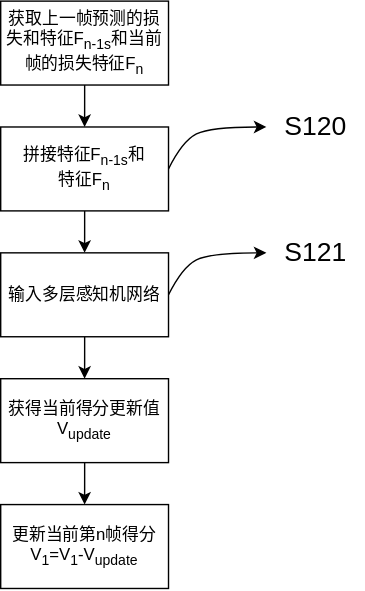
The draw.io diagram 当前得分更新模块.drawio.svg in hrf666666/FlowCharts, before a commit. Source tidied: cells renumbered, new cells last; positions are measured from the earlier drawing's top-left corner, leaving out a move shared by most shapes.
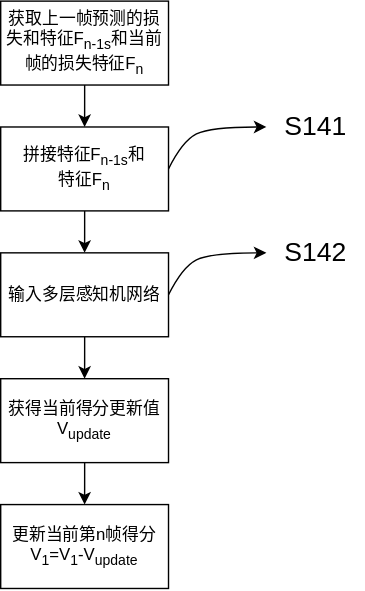
After the change.

Commit message:
更新当前得分更新模块.drawio.svg

Change to the diagram source:
```diff
@@ -49,10 +49,10 @@
         </Array>
       </mxGeometry>
     </mxCell>
-    <mxCell id="13" value="S120" style="text;html=1;align=center;verticalAlign=middle;strokeColor=none;fillColor=none;fontSize=19;" parent="1" vertex="1">
+    <mxCell id="13" value="S141" style="text;html=1;align=center;verticalAlign=middle;strokeColor=none;fillColor=none;fontSize=19;" parent="1" vertex="1">
       <mxGeometry x="190" y="70" width="70" height="40" as="geometry" />
     </mxCell>
-    <mxCell id="14" value="S121" style="text;html=1;align=center;verticalAlign=middle;strokeColor=none;fillColor=none;fontSize=19;" parent="1" vertex="1">
+    <mxCell id="14" value="S142" style="text;html=1;align=center;verticalAlign=middle;strokeColor=none;fillColor=none;fontSize=19;" parent="1" vertex="1">
       <mxGeometry x="190" y="160" width="70" height="40" as="geometry" />
     </mxCell>
   </root>
```
